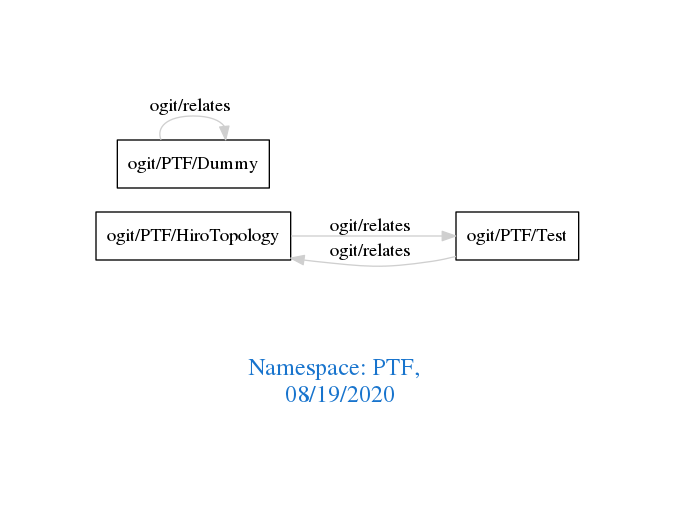
Earlier version of the Graphviz export downloads/PTF.png (arago/OGIT). Its source is kept beside it as downloads/PTF.dot.
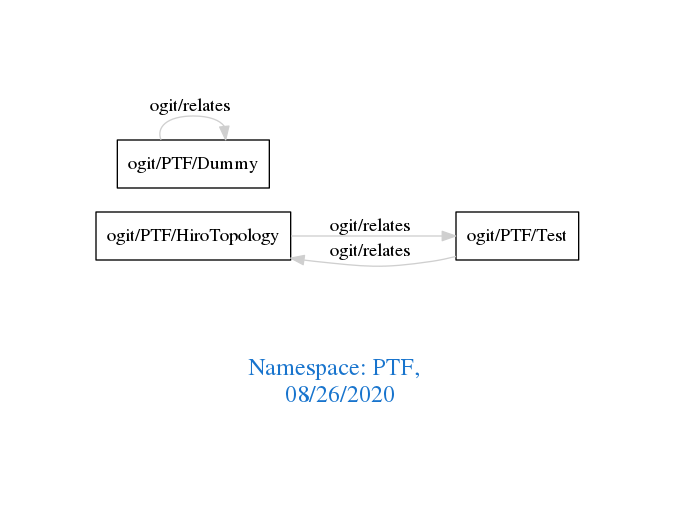
The same diagram one commit later.

Change to the diagram source:
```diff
@@ -1,7 +1,7 @@
 digraph OGIT_ontology {
  graph [ rankdir= LR,pad=1
 fontsize = 18,
-fontcolor= dodgerblue3,label = "\n\n\nNamespace: PTF, \n 08/19/2020"];
+fontcolor= dodgerblue3,label = "\n\n\nNamespace: PTF, \n 08/26/2020"];
 node[shape=polygon];
 edge [  color="gray81"];
 
```
